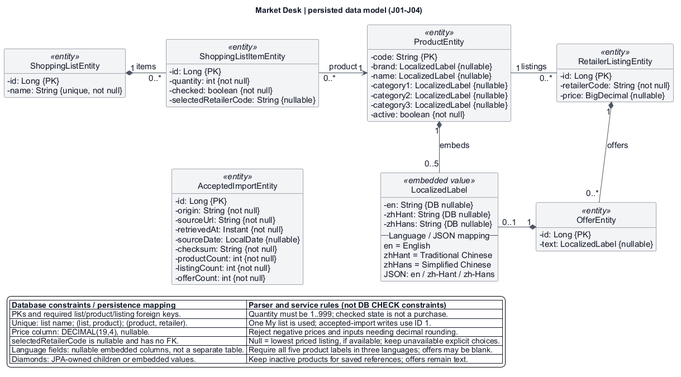
The PlantUML diagram docs/diagrams/baseline/class.png in LamHeiKit230208993/CS3383-Project, before a commit.
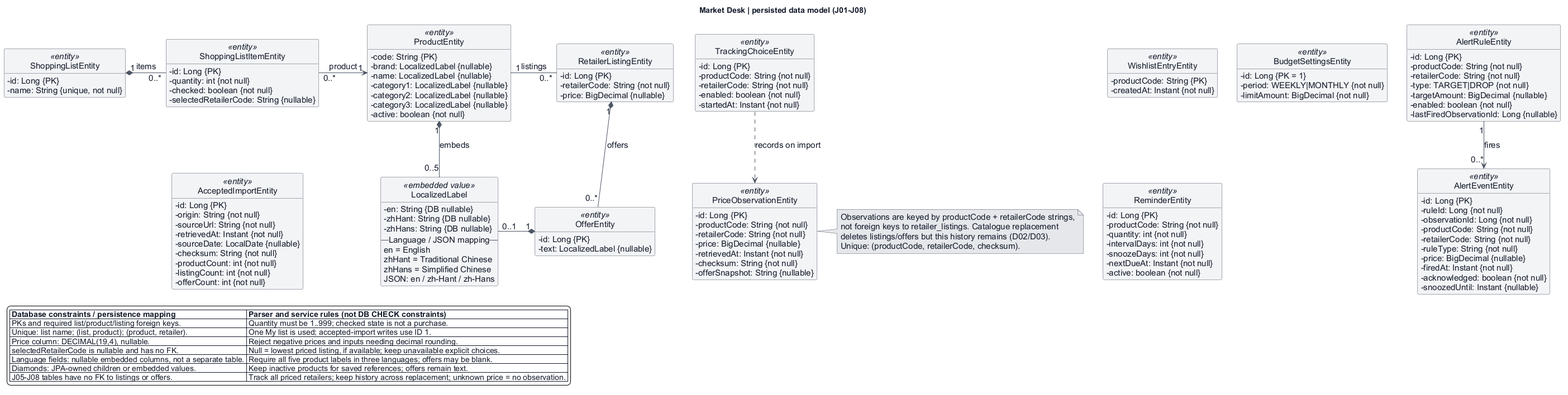
After the commit.

Change to the diagram source:
```diff
@@ -16,7 +16,7 @@
 hide circle
 hide empty methods
 
-title Market Desk | persisted data model (J01-J04)
+title Market Desk | persisted data model (J01-J08)
 
 class ShoppingListEntity <<entity>> {
   - id: Long {PK}
@@ -68,6 +68,62 @@
   JSON: en / zh-Hant / zh-Hans
 }
 
+class WishlistEntryEntity <<entity>> {
+  - productCode: String {PK}
+  - createdAt: Instant {not null}
+}
+class TrackingChoiceEntity <<entity>> {
+  - id: Long {PK}
+  - productCode: String {not null}
+  - retailerCode: String {not null}
+  - enabled: boolean {not null}
+  - startedAt: Instant {not null}
+}
+class PriceObservationEntity <<entity>> {
+  - id: Long {PK}
+  - productCode: String {not null}
+  - retailerCode: String {not null}
+  - price: BigDecimal {nullable}
+  - retrievedAt: Instant {not null}
+  - checksum: String {not null}
+  - offerSnapshot: String {nullable}
+}
+class AlertRuleEntity <<entity>> {
+  - id: Long {PK}
+  - productCode: String {not null}
+  - retailerCode: String {not null}
+  - type: TARGET|DROP {not null}
+  - targetAmount: BigDecimal {nullable}
+  - enabled: boolean {not null}
+  - lastFiredObservationId: Long {nullable}
+}
+class AlertEventEntity <<entity>> {
+  - id: Long {PK}
+  - ruleId: Long {not null}
+  - observationId: Long {not null}
+  - productCode: String {not null}
+  - retailerCode: String {not null}
+  - ruleType: String {not null}
+  - price: BigDecimal {nullable}
+  - firedAt: Instant {not null}
+  - acknowledged: boolean {not null}
+  - snoozedUntil: Instant {nullable}
+}
+class BudgetSettingsEntity <<entity>> {
+  - id: Long {PK = 1}
+  - period: WEEKLY|MONTHLY {not null}
+  - limitAmount: BigDecimal {not null}
+}
+class ReminderEntity <<entity>> {
+  - id: Long {PK}
+  - productCode: String {not null}
+  - quantity: int {not null}
+  - intervalDays: int {not null}
+  - snoozeDays: int {not null}
+  - nextDueAt: Instant {not null}
+  - active: boolean {not null}
+}
+
 ShoppingListEntity "1" *-right- "0..*" ShoppingListItemEntity : items
 ShoppingListItemEntity "0..*" -right-> "1" ProductEntity : product
 ProductEntity "1" -right- "0..*" RetailerListingEntity : listings
@@ -78,6 +134,15 @@
 ShoppingListEntity -[hidden]down-> AcceptedImportEntity
 AcceptedImportEntity -[hidden]right-> LocalizedLabel
 
+AlertRuleEntity "1" -down-> "0..*" AlertEventEntity : fires
+TrackingChoiceEntity ..> PriceObservationEntity : records on import
+note right of PriceObservationEntity
+  Observations are keyed by productCode + retailerCode strings,
+  not foreign keys to retailer_listings. Catalogue replacement
+  deletes listings/offers but this history remains (D02/D03).
+  Unique: (productCode, retailerCode, checksum).
+end note
+
 legend bottom left
   |= Database constraints / persistence mapping |= Parser and service rules (not DB CHECK constraints) |
   | PKs and required list/product/listing foreign keys. | Quantity must be 1..999; checked state is not a purchase. |
@@ -86,5 +151,6 @@
   | selectedRetailerCode is nullable and has no FK. | Null = lowest priced listing, if available; keep unavailable explicit choices. |
   | Language fields: nullable embedded columns, not a separate table. | Require all five product labels in three languages; offers may be blank. |
   | Diamonds: JPA-owned children or embedded values. | Keep inactive products for saved references; offers remain text. |
+  | J05-J08 tables have no FK to listings or offers. | Track all priced retailers; keep history across replacement; unknown price = no observation. |
 endlegend
 @enduml
```
